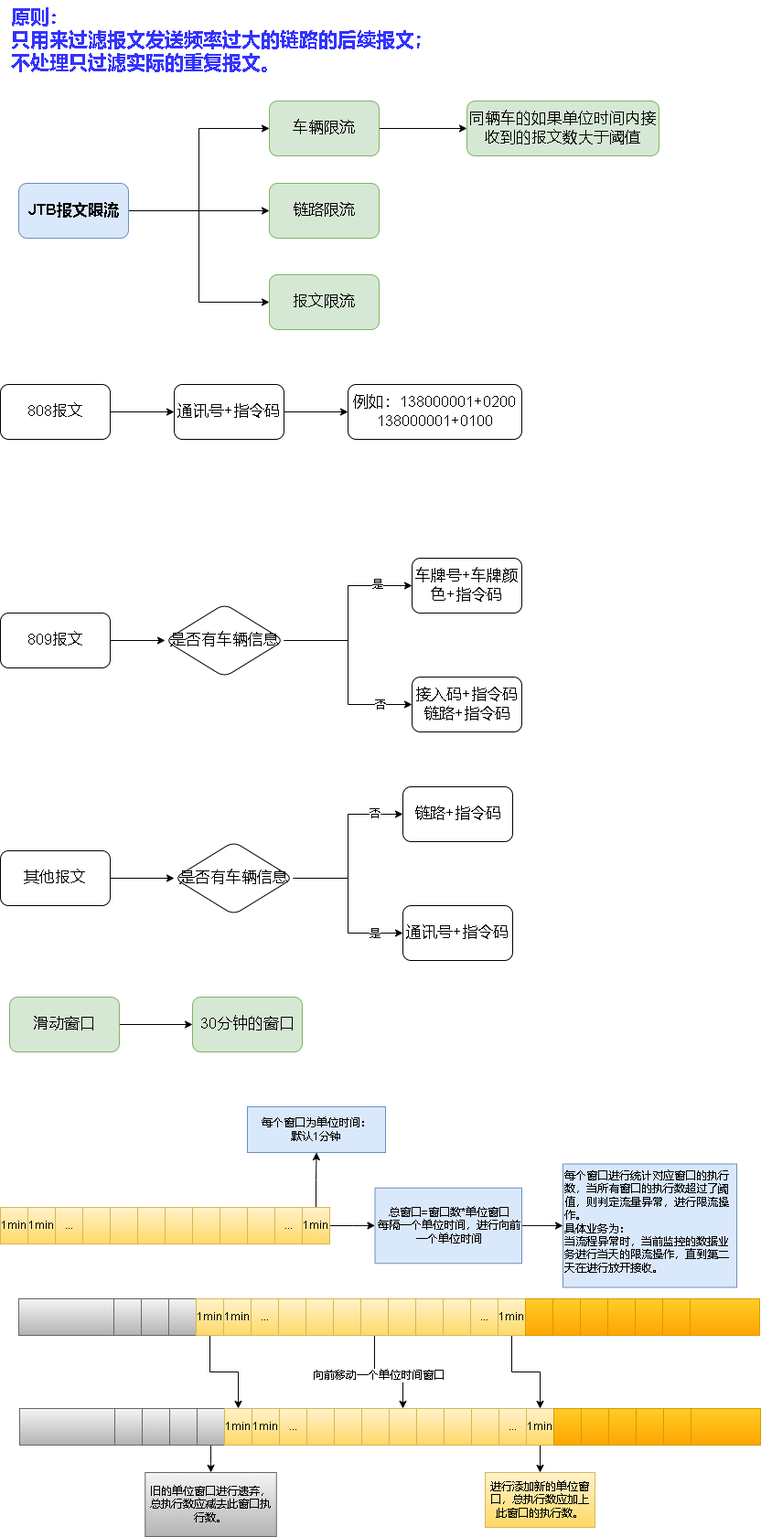
This is jtb报文限流.drawio.png from xktder/draw, a draw.io export, as it was before one commit. Source tidied: cells renumbered, new cells last; positions are measured from the earlier drawing's top-left corner, leaving out a move shared by most shapes.
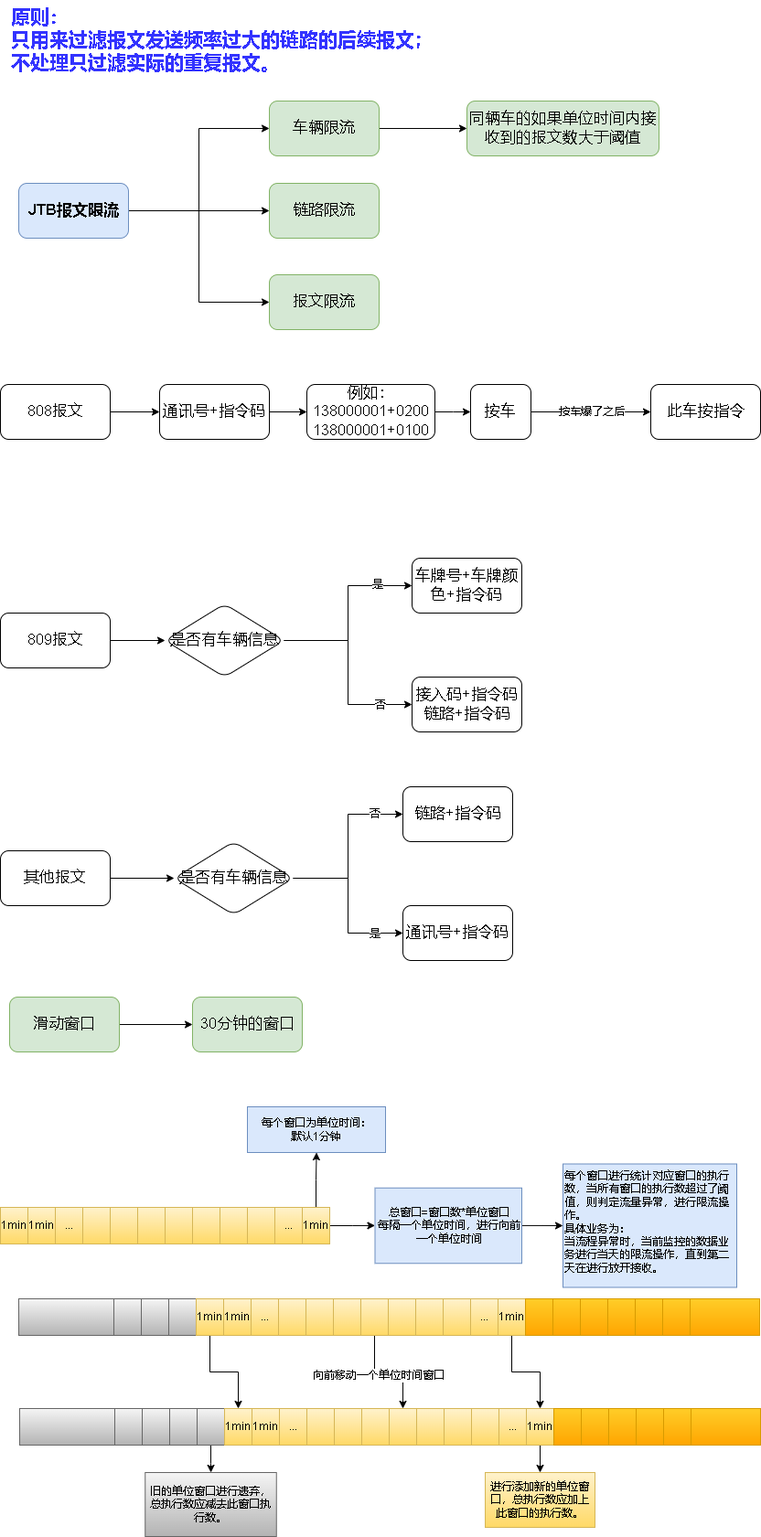
The same diagram one commit later.

Commit message:
更新jtb报文限流.drawio.png

Change to the diagram source:
```diff
@@ -54,10 +54,13 @@
       <mxGeometry relative="1" as="geometry" />
     </mxCell>
     <mxCell id="19" value="通讯号+指令码" style="whiteSpace=wrap;html=1;fontSize=17;rounded=1;" parent="1" vertex="1">
-      <mxGeometry x="190" y="420" width="120" height="60" as="geometry" />
+      <mxGeometry x="174" y="420" width="120" height="60" as="geometry" />
     </mxCell>
+    <mxCell id="112" style="edgeStyle=orthogonalEdgeStyle;rounded=0;jettySize=auto;html=1;fontSize=12;fontColor=#000000;" parent="1" edge="1" source="20" target="115">
+      <mxGeometry relative="1" as="geometry" />
+    </mxCell>
     <mxCell id="20" value="例如：138000001+0200&lt;br&gt;138000001+0100" style="whiteSpace=wrap;html=1;fontSize=17;rounded=1;" parent="1" vertex="1">
-      <mxGeometry x="380" y="420" width="190" height="60" as="geometry" />
+      <mxGeometry x="335" y="420" width="140" height="60" as="geometry" />
     </mxCell>
     <mxCell id="21" style="edgeStyle=orthogonalEdgeStyle;rounded=0;jettySize=auto;html=1;fontSize=21;fontColor=#3333FF;" parent="1" edge="1" source="25" target="27">
       <mxGeometry relative="1" as="geometry" />
@@ -357,5 +360,19 @@
     <mxCell id="111" value="进行添加新的单位窗口，总执行数应加上此窗口的执行数。" style="whiteSpace=wrap;html=1;fillColor=#fff2cc;strokeColor=#d6b656;rounded=0;gradientColor=#ffd966;" parent="1" vertex="1">
       <mxGeometry x="530" y="1610" width="120" height="60" as="geometry" />
     </mxCell>
+    <mxCell id="113" style="edgeStyle=orthogonalEdgeStyle;rounded=0;jettySize=auto;html=1;fontSize=12;fontColor=#000000;" parent="1" edge="1" source="115" target="116">
+      <mxGeometry relative="1" as="geometry" />
+    </mxCell>
+    <mxCell id="114" value="按车爆了之后" style="edgeLabel;html=1;align=center;verticalAlign=middle;fontSize=12;fontColor=#000000;" parent="113" vertex="1">
+      <mxGeometry x="-0.2" relative="1" as="geometry">
+        <mxPoint x="13" as="offset" />
+      </mxGeometry>
+    </mxCell>
+    <mxCell id="115" value="按车" style="whiteSpace=wrap;html=1;fontSize=17;rounded=1;" parent="1" vertex="1">
+      <mxGeometry x="514" y="420" width="66" height="60" as="geometry" />
+    </mxCell>
+    <mxCell id="116" value="此车按指令" style="whiteSpace=wrap;html=1;fontSize=17;rounded=1;" parent="1" vertex="1">
+      <mxGeometry x="711" y="420" width="120" height="60" as="geometry" />
+    </mxCell>
   </root>
 </mxGraphModel>
```
